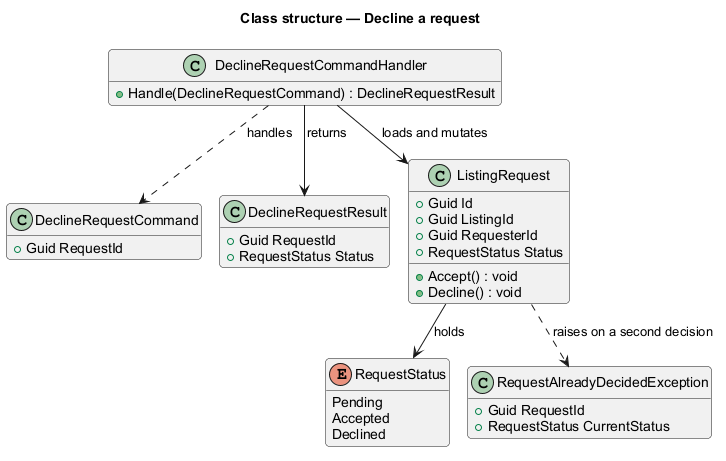
This is docs/detailed-designs/requests/decline-a-request/diagrams/class-structure.png from QuinntyneBrown/Barnabas, a PlantUML export, as it was before one commit. Source of this version:
```plantuml
@startuml
!pragma layout smetana
title Class structure — Decline a request
skinparam backgroundColor #FFFFFF
skinparam shadowing false
skinparam roundcorner 8
skinparam defaultFontName Arial
hide empty members

class DeclineRequestCommand {
  +Guid RequestId
}
class DeclineRequestCommandHandler {
  +Handle(DeclineRequestCommand) : DeclineRequestResult
}
class DeclineRequestResult {
  +Guid RequestId
  +RequestStatus Status
}
class ListingRequest {
  +Guid Id
  +Guid ListingId
  +Guid RequesterId
  +RequestStatus Status
  +Accept() : void
  +Decline() : void
}
enum RequestStatus {
  Pending
  Accepted
  Declined
}
class RequestAlreadyDecidedException {
  +Guid RequestId
  +RequestStatus CurrentStatus
}

DeclineRequestCommandHandler ..> DeclineRequestCommand : handles
DeclineRequestCommandHandler --> DeclineRequestResult : returns
DeclineRequestCommandHandler --> ListingRequest : loads and mutates
ListingRequest --> RequestStatus : holds
ListingRequest ..> RequestAlreadyDecidedException : raises on a second decision
@enduml
```
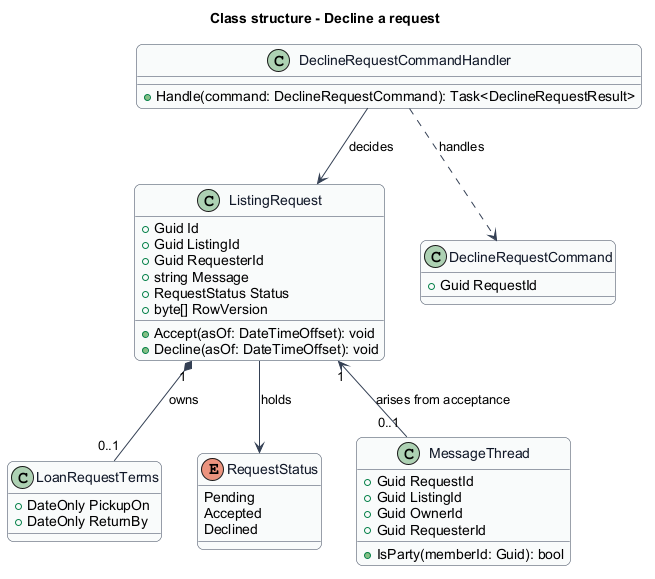
After the commit.

What changed in the source:
```diff
@@ -1,43 +1,60 @@
 @startuml
-!pragma layout smetana
-title Class structure — Decline a request
 skinparam backgroundColor #FFFFFF
 skinparam shadowing false
-skinparam roundcorner 8
+skinparam roundcorner 12
 skinparam defaultFontName Arial
-hide empty members
-
-class DeclineRequestCommand {
-  +Guid RequestId
+skinparam ArrowColor #344054
+skinparam rectangle {
+  BorderColor #344054
+  FontColor #101828
 }
-class DeclineRequestCommandHandler {
-  +Handle(DeclineRequestCommand) : DeclineRequestResult
+skinparam package {
+  BorderColor #667085
+  FontColor #101828
+  BackgroundColor #F9FAFB
 }
-class DeclineRequestResult {
-  +Guid RequestId
-  +RequestStatus Status
+skinparam class {
+  BorderColor #344054
+  FontColor #101828
+  BackgroundColor #F9FAFB
 }
+title Class structure - Decline a request
 class ListingRequest {
   +Guid Id
   +Guid ListingId
   +Guid RequesterId
+  +string Message
   +RequestStatus Status
-  +Accept() : void
-  +Decline() : void
+  +byte[] RowVersion
+  +Accept(asOf: DateTimeOffset): void
+  +Decline(asOf: DateTimeOffset): void
+}
+class LoanRequestTerms {
+  +DateOnly PickupOn
+  +DateOnly ReturnBy
 }
 enum RequestStatus {
   Pending
   Accepted
   Declined
 }
-class RequestAlreadyDecidedException {
+class MessageThread {
   +Guid RequestId
-  +RequestStatus CurrentStatus
+  +Guid ListingId
+  +Guid OwnerId
+  +Guid RequesterId
+  +IsParty(memberId: Guid): bool
 }
+ListingRequest --> RequestStatus : holds
+ListingRequest "1" *-- "0..1" LoanRequestTerms : owns
+ListingRequest "1" <-- "0..1" MessageThread : arises from acceptance
 
+class DeclineRequestCommand {
+  +Guid RequestId
+}
+class DeclineRequestCommandHandler {
+  +Handle(command: DeclineRequestCommand): Task<DeclineRequestResult>
+}
 DeclineRequestCommandHandler ..> DeclineRequestCommand : handles
-DeclineRequestCommandHandler --> DeclineRequestResult : returns
-DeclineRequestCommandHandler --> ListingRequest : loads and mutates
-ListingRequest --> RequestStatus : holds
-ListingRequest ..> RequestAlreadyDecidedException : raises on a second decision
+DeclineRequestCommandHandler --> ListingRequest : decides
 @enduml
```
